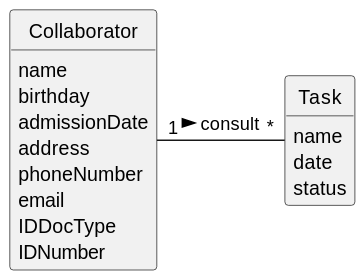
Above: docs/sprintA&B&C/us028/02.analysis/svg/us028-domain-model.svg in daniel41silva05/ISEP_2023_2024_LAPR2 (PlantUML), before the change.
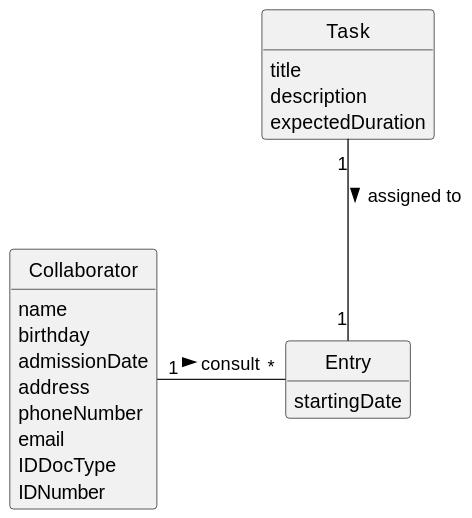
Above is the later version.

Commit message:
US28 Domain Model Correction

What changed in the source:
```diff
@@ -23,12 +23,16 @@
 }
 
 class Task {
-    name
-    date
-    status
+    title
+    description
+    expectedDuration
+}
+
+class Entry {
+    startingDate
 }
 
 
-
-Collaborator "1" - "*" Task : consult >
+Collaborator "1" - "*" Entry : consult >
+Task "1" -- "1" Entry : assigned to >
 @enduml
```
